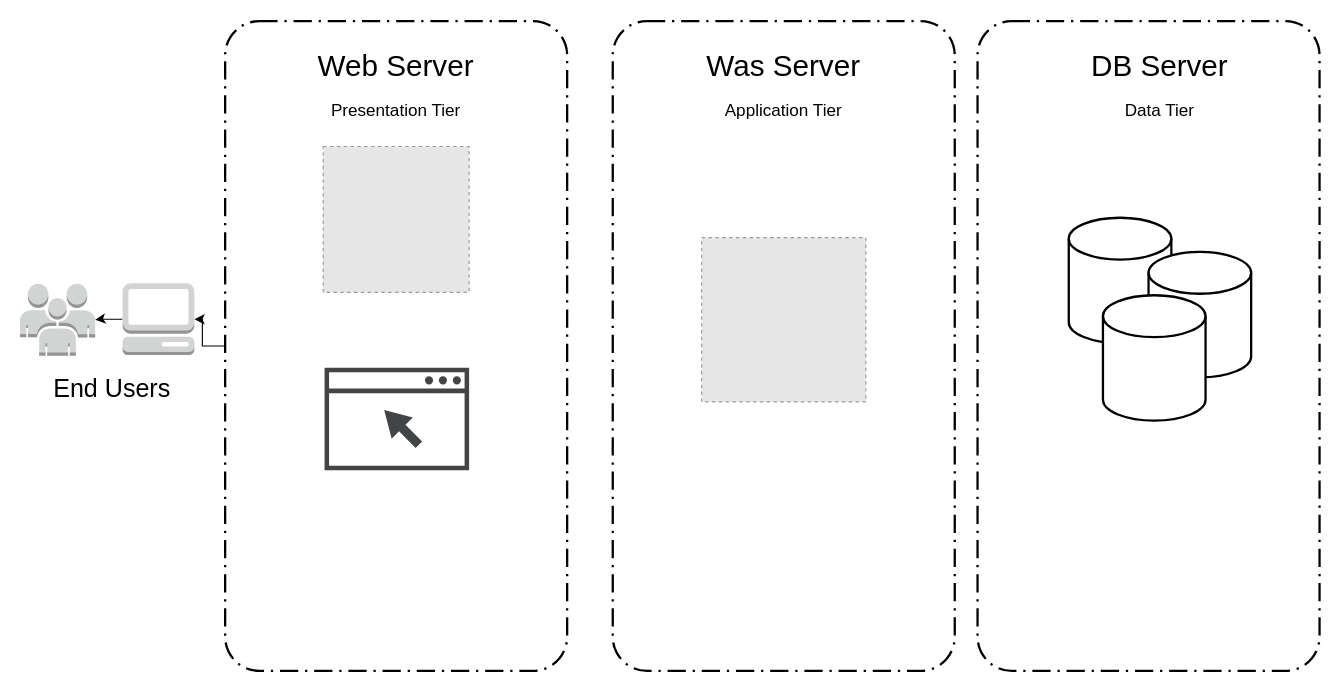
yokikim/Report-resource-linux keeps this draw.io diagram as 3tier_detail.drawio. Above is the earlier version. Source tidied: cells renumbered, new cells numbered last; positions are measured from the earlier drawing's top-left corner, leaving out a move shared by most shapes. Both pictures are drawn from the tidied source at 114%, with x=0, y=0 at pixel (19, 21). Pictures stored in the file or linked from it are replaced by grey dashed boxes.
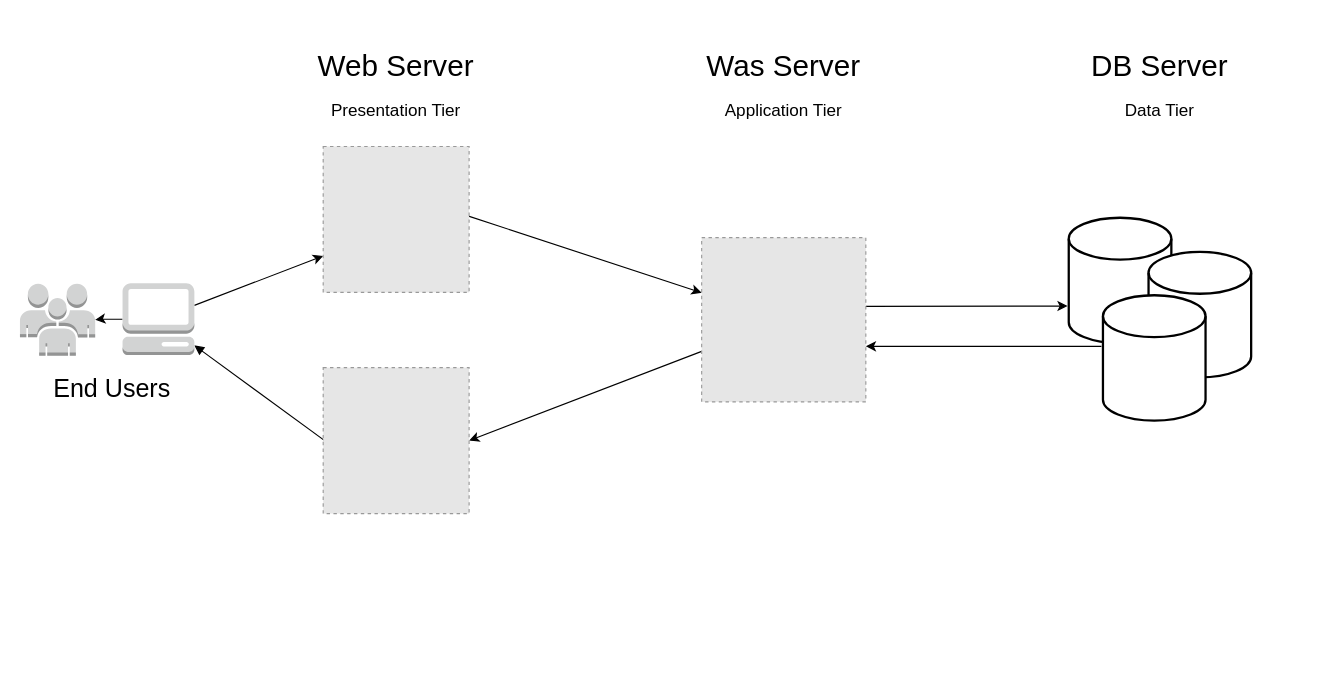
Above is the later version.

Unchanged cells that the change refers to:
```xml
<mxCell id="4" style="outlineConnect=0;dashed=0;verticalLabelPosition=bottom;verticalAlign=top;align=center;html=1;shape=mxgraph.aws3.management_console;fillColor=#D2D3D3;gradientColor=none;" parent="1" vertex="1">
  <mxGeometry x="90" y="230" width="63" height="63" as="geometry" />
</mxCell>
```

Diff of the diagram source:
```diff
@@
+    <mxCell id="23" parent="0" />
+    <mxCell id="24" style="endArrow=classic;html=1;rounded=0;fontSize=22;entryX=0;entryY=0.75;entryDx=0;entryDy=0;" parent="23" edge="1">
+      <mxGeometry relative="1" as="geometry">
+        <mxPoint x="153" y="249.4" as="sourcePoint" />
+        <mxPoint x="266" y="206" as="targetPoint" />
+      </mxGeometry>
+    </mxCell>
+    <mxCell id="25" style="endArrow=none;html=1;rounded=0;fontSize=22;startArrow=block;startFill=1;endFill=0;" parent="23" edge="1">
+      <mxGeometry relative="1" as="geometry">
+        <mxPoint x="153" y="284.5" as="sourcePoint" />
+        <mxPoint x="270" y="370" as="targetPoint" />
+      </mxGeometry>
+    </mxCell>
+    <mxCell id="26" style="endArrow=none;html=1;rounded=0;fontSize=22;startArrow=classic;startFill=1;endFill=0;exitX=1;exitY=0.5;exitDx=0;exitDy=0;" parent="23" edge="1">
+      <mxGeometry relative="1" as="geometry">
+        <mxPoint x="394" y="368" as="sourcePoint" />
+        <mxPoint x="598" y="289.7" as="targetPoint" />
+      </mxGeometry>
+    </mxCell>
+    <mxCell id="27" style="endArrow=classic;html=1;rounded=0;fontSize=22;exitX=0.996;exitY=0.477;exitDx=0;exitDy=0;exitPerimeter=0;" parent="23" edge="1">
+      <mxGeometry relative="1" as="geometry">
+        <mxPoint x="393.5" y="171.1" as="sourcePoint" />
+        <mxPoint x="598" y="238.3" as="targetPoint" />
+      </mxGeometry>
+    </mxCell>
+    <mxCell id="28" style="endArrow=classic;html=1;rounded=0;fontSize=10;exitX=1;exitY=0.418;exitDx=0;exitDy=0;exitPerimeter=0;" parent="23" edge="1" source="31">
+      <mxGeometry relative="1" as="geometry">
+        <mxPoint x="919" y="250" as="targetPoint" />
+      </mxGeometry>
+    </mxCell>
@@
-    <mxCell id="5" style="edgeStyle=orthogonalEdgeStyle;rounded=0;jettySize=auto;html=1;" parent="1" edge="1" source="6" target="4">
-      <mxGeometry relative="1" as="geometry" />
-    </mxCell>
-    <mxCell id="6" style="rounded=1;arcSize=10;dashed=1;fillColor=none;gradientColor=none;dashPattern=8 3 1 3;strokeWidth=2;" parent="1" vertex="1">
-      <mxGeometry x="180" width="300" height="570" as="geometry" />
-    </mxCell>
-    <mxCell id="7" style="rounded=1;arcSize=10;dashed=1;fillColor=none;gradientColor=none;dashPattern=8 3 1 3;strokeWidth=2;" parent="1" vertex="1">
-      <mxGeometry x="520" width="300" height="570" as="geometry" />
-    </mxCell>
-    <mxCell id="8" style="rounded=1;arcSize=10;dashed=1;fillColor=none;gradientColor=none;dashPattern=8 3 1 3;strokeWidth=2;" parent="1" vertex="1">
-      <mxGeometry x="840" width="300" height="570" as="geometry" />
-    </mxCell>
-    <mxCell id="9" style="fillColor=#E6E6E6;strokeColor=#999999;dashed=1;html=1;verticalAlign=top;verticalLabelPosition=bottom;labelBackgroundColor=#ffffff;" parent="1" vertex="1">
-      <mxGeometry x="598" y="190" width="144" height="144" as="geometry" />
-    </mxCell>
-    <mxCell id="10" style="sketch=0;shadow=0;dashed=0;html=1;strokeColor=none;fillColor=#434445;labelPosition=center;verticalLabelPosition=bottom;verticalAlign=top;align=center;shape=mxgraph.vvd.web_browser;" parent="1" vertex="1">
-      <mxGeometry x="267.2" y="304" width="126.8" height="90" as="geometry" />
-    </mxCell>
-    <mxCell id="11" style="fillColor=#E6E6E6;strokeColor=#999999;dashed=1;html=1;verticalAlign=top;verticalLabelPosition=bottom;labelBackgroundColor=#ffffff;" parent="1" vertex="1">
-      <mxGeometry x="266" y="110" width="128" height="128" as="geometry" />
-    </mxCell>
-    <mxCell id="12" style="group;" parent="1" vertex="1">
-      <mxGeometry x="920" y="172.5" width="160" height="178" as="geometry" />
-    </mxCell>
-    <mxCell id="13" style="strokeWidth=2;html=1;shape=mxgraph.flowchart.database;whiteSpace=wrap;" parent="12" vertex="1">
-      <mxGeometry width="90" height="110" as="geometry" />
-    </mxCell>
-    <mxCell id="14" style="strokeWidth=2;html=1;shape=mxgraph.flowchart.database;whiteSpace=wrap;" parent="12" vertex="1">
-      <mxGeometry x="70" y="30" width="90" height="110" as="geometry" />
-    </mxCell>
-    <mxCell id="15" style="strokeWidth=2;html=1;shape=mxgraph.flowchart.database;whiteSpace=wrap;" parent="12" vertex="1">
-      <mxGeometry x="30" y="68" width="90" height="110" as="geometry" />
-    </mxCell>
@@
-    <mxCell id="23" parent="0" />
+    <mxCell id="29" parent="0" />
+    <mxCell id="30" style="group;" parent="29" vertex="1">
+      <mxGeometry x="266" y="110" width="814" height="322" as="geometry" />
+    </mxCell>
+    <mxCell id="31" style="fillColor=#E6E6E6;strokeColor=#999999;dashed=1;html=1;verticalAlign=top;verticalLabelPosition=bottom;labelBackgroundColor=#ffffff;" parent="30" vertex="1">
+      <mxGeometry x="332" y="80" width="144" height="144" as="geometry" />
+    </mxCell>
+    <mxCell id="32" style="fillColor=#E6E6E6;strokeColor=#999999;dashed=1;html=1;verticalAlign=top;verticalLabelPosition=bottom;labelBackgroundColor=#ffffff;" parent="30" vertex="1">
+      <mxGeometry width="128" height="128" as="geometry" />
+    </mxCell>
+    <mxCell id="33" style="group;" parent="30" vertex="1">
+      <mxGeometry x="654" y="62.5" width="160" height="178" as="geometry" />
+    </mxCell>
+    <mxCell id="13" style="strokeWidth=2;html=1;shape=mxgraph.flowchart.database;whiteSpace=wrap;" parent="33" vertex="1">
+      <mxGeometry width="90" height="110" as="geometry" />
+    </mxCell>
+    <mxCell id="14" style="strokeWidth=2;html=1;shape=mxgraph.flowchart.database;whiteSpace=wrap;" parent="33" vertex="1">
+      <mxGeometry x="70" y="30" width="90" height="110" as="geometry" />
+    </mxCell>
+    <mxCell id="15" style="strokeWidth=2;html=1;shape=mxgraph.flowchart.database;whiteSpace=wrap;" parent="33" vertex="1">
+      <mxGeometry x="30" y="68" width="90" height="110" as="geometry" />
+    </mxCell>
+    <mxCell id="34" style="fillColor=#E6E6E6;strokeColor=#999999;dashed=1;html=1;verticalAlign=top;verticalLabelPosition=bottom;labelBackgroundColor=#ffffff;fontSize=22;" parent="30" vertex="1">
+      <mxGeometry y="194" width="128" height="128" as="geometry" />
+    </mxCell>
+    <mxCell id="35" style="endArrow=classic;html=1;rounded=0;fontSize=10;entryX=1;entryY=0.662;entryDx=0;entryDy=0;entryPerimeter=0;exitX=-0.015;exitY=0.408;exitDx=0;exitDy=0;exitPerimeter=0;" parent="30" edge="1" source="15" target="31">
+      <mxGeometry relative="1" as="geometry" />
+    </mxCell>
```
